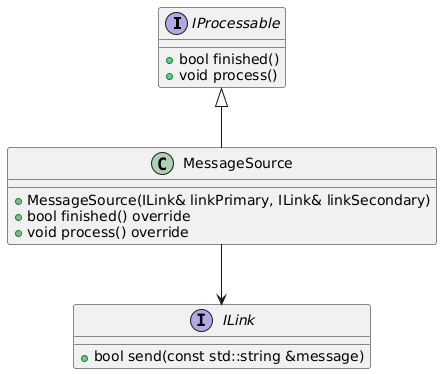
Before: img/MessageSource.png, a diagram exported from PlantUML (slawomir-niespodziany/diff_broker_message_source). Source of this version:
```plantuml
@startuml
interface IProcessable {
+bool finished()
+void process()
}

class MessageSource {
+MessageSource(ILink& linkPrimary, ILink& linkSecondary)
+bool finished() override
+void process() override
}

interface ILink {
+bool send(const std::string &message)
}

IProcessable <|-- MessageSource
MessageSource --> ILink
@enduml
```
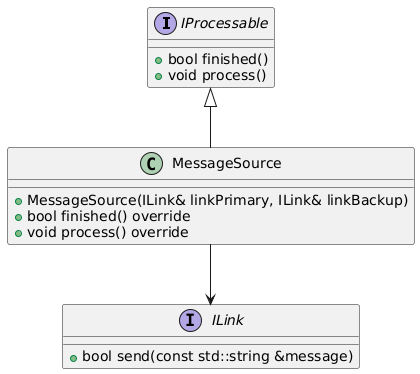
After the commit.

Commit message:
Component diagram update.

What changed in the source:
```diff
@@ -5,7 +5,7 @@
 }
 
 class MessageSource {
-+MessageSource(ILink& linkPrimary, ILink& linkSecondary)
++MessageSource(ILink& linkPrimary, ILink& linkBackup)
 +bool finished() override
 +void process() override
 }
```
